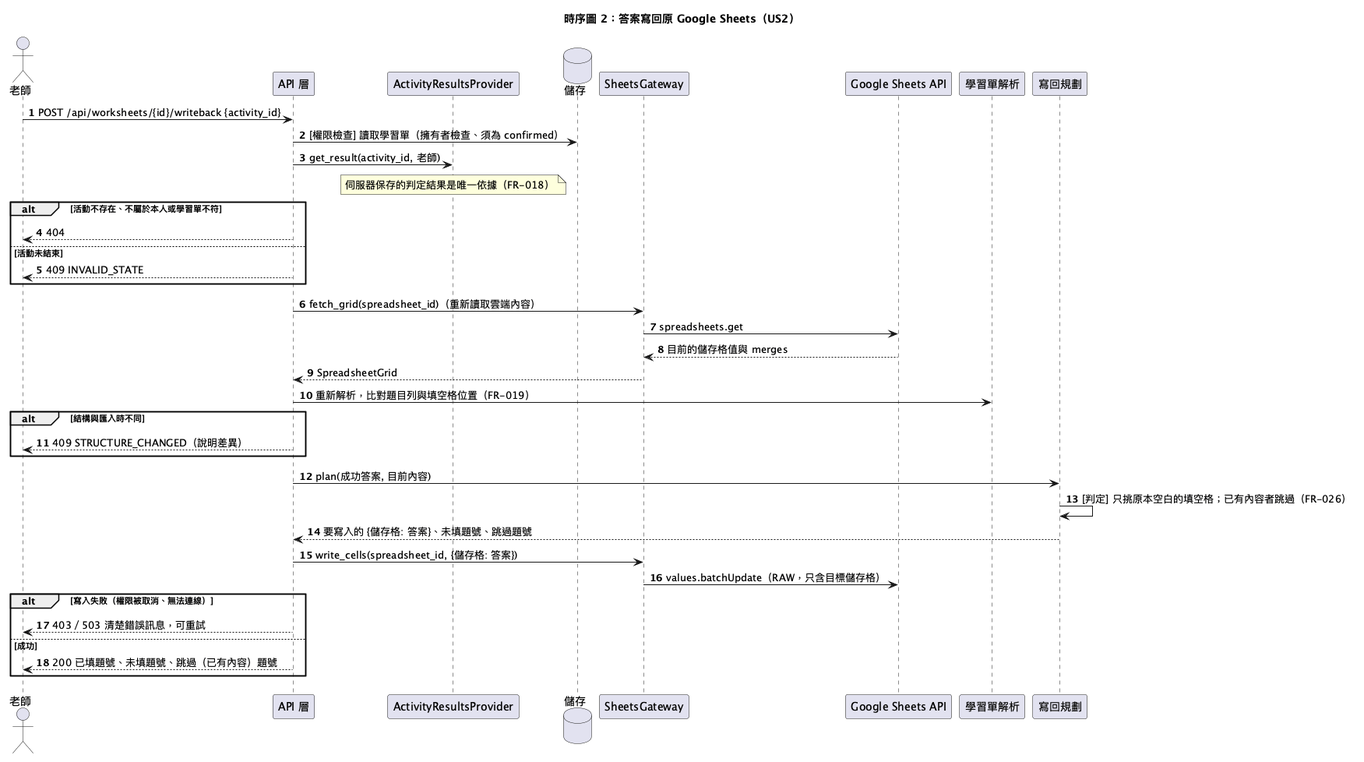
Before: diagrams/001-guided-notes-import/02-sequence-writeback.png, a diagram exported from PlantUML (silverwind63/SEFinal).
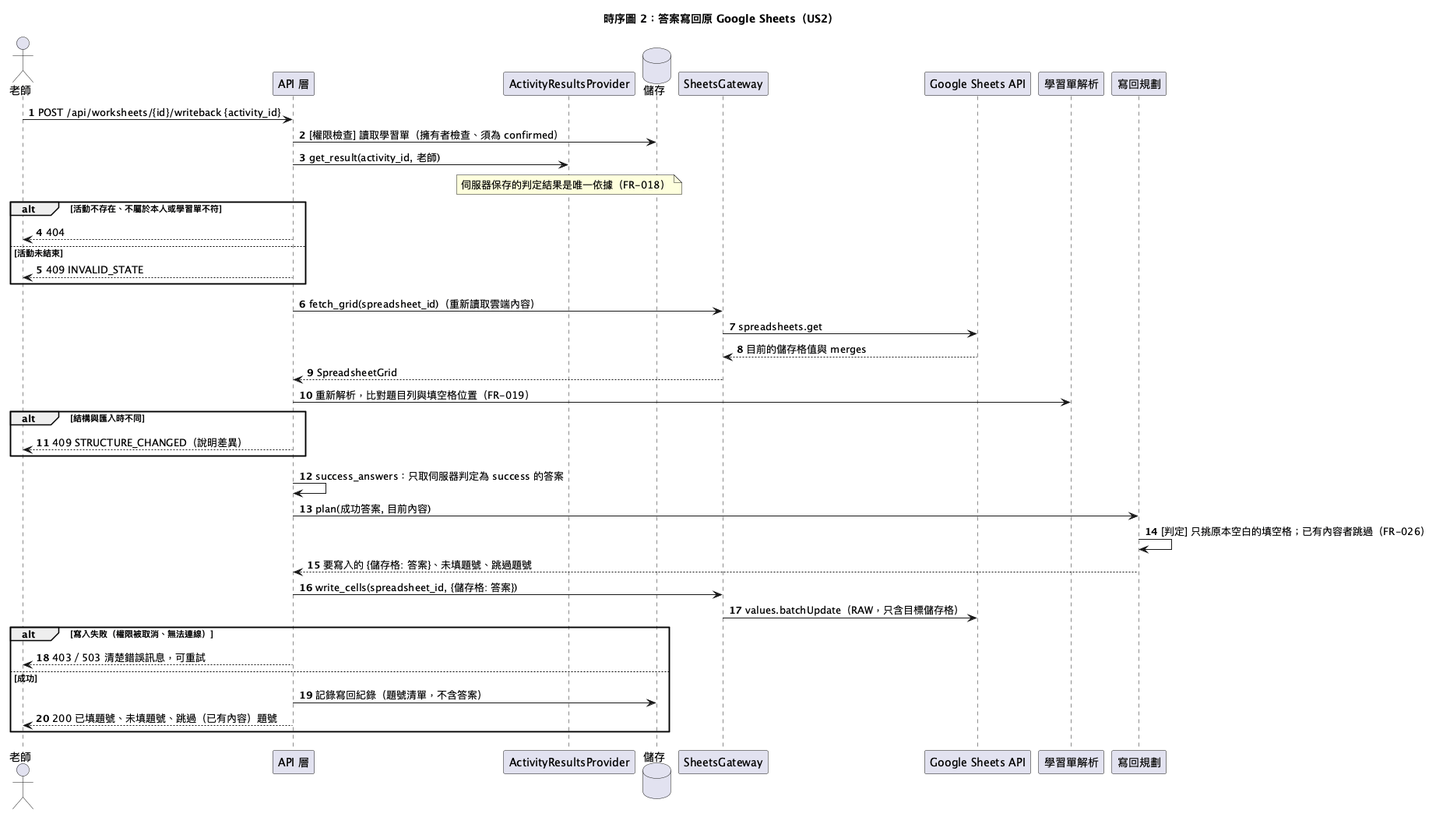
After the change.

Diff of the diagram source:
```diff
@@ -26,6 +26,7 @@
 alt 結構與匯入時不同
   API --> T : 409 STRUCTURE_CHANGED（說明差異）
 end
+API -> API : success_answers：只取伺服器判定為 success 的答案
 API -> W : plan(成功答案, 目前內容)
 W -> W : [判定] 只挑原本空白的填空格；已有內容者跳過（FR-026）
 W --> API : 要寫入的 {儲存格: 答案}、未填題號、跳過題號
@@ -34,6 +35,7 @@
 alt 寫入失敗（權限被取消、無法連線）
   API --> T : 403／503 清楚錯誤訊息，可重試
 else 成功
+  API -> S : 記錄寫回紀錄（題號清單，不含答案）
   API --> T : 200 已填題號、未填題號、跳過（已有內容）題號
 end
 @enduml
```
